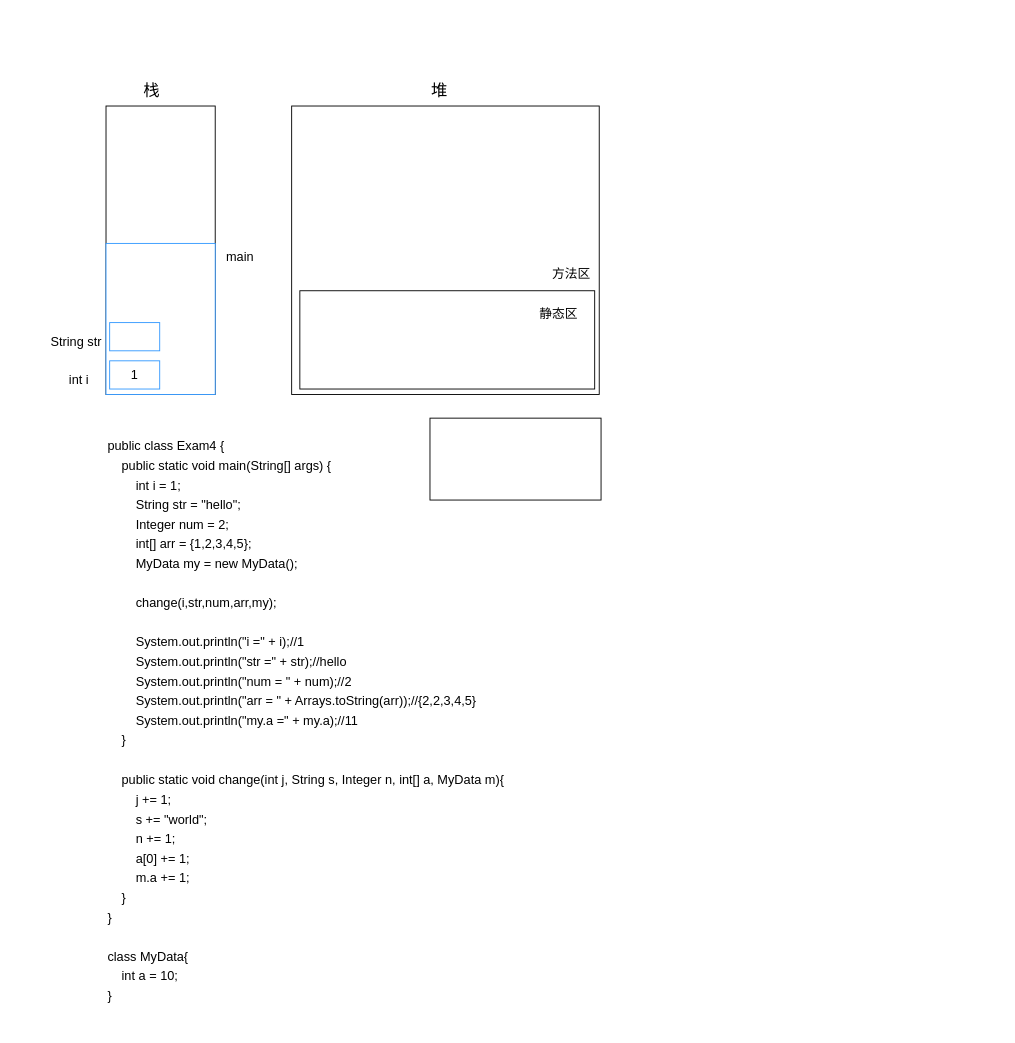
acttq/draw keeps this draw.io diagram as antiguigu/interview/第一季04题-方法的参数传递机制.drawio. Above is the earlier version. Source tidied: cells renumbered, new cells numbered last; positions are measured from the earlier drawing's top-left corner, leaving out a move shared by most shapes. Both pictures are drawn from the tidied source at 91%, with x=0, y=0 at pixel (46, 78).
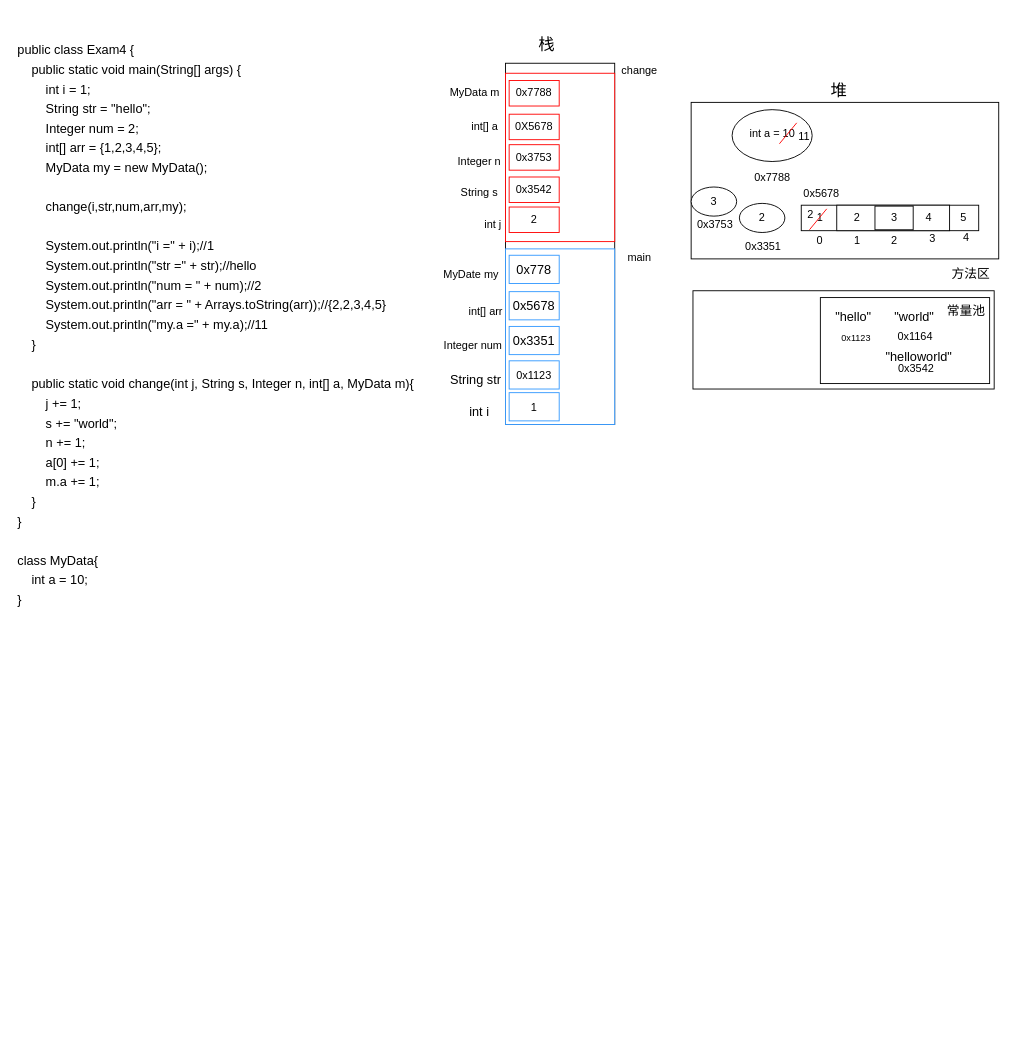
The same page after the edit.

Commit message:
更新第一季04题-方法的参数传递机制.drawio

What changed in the source:
```diff
@@
     <mxCell id="2" style="rounded=0;whiteSpace=wrap;html=1;" parent="1" vertex="1">
-      <mxGeometry x="66" y="30" width="120" height="317" as="geometry" />
+      <mxGeometry x="505" y="-17" width="120" height="397" as="geometry" />
     </mxCell>
     <mxCell id="3" style="rounded=0;whiteSpace=wrap;html=1;" parent="1" vertex="1">
-      <mxGeometry x="270" y="30" width="338" height="317" as="geometry" />
+      <mxGeometry x="709" y="26" width="338" height="172" as="geometry" />
     </mxCell>
     <mxCell id="4" value="&lt;font style=&quot;font-size: 18px&quot; face=&quot;Helvetica&quot;&gt;栈&lt;/font&gt;" style="text;html=1;align=center;verticalAlign=middle;strokeColor=none;fillColor=none;" parent="1" vertex="1">
-      <mxGeometry x="102" y="3" width="28" height="20" as="geometry" />
+      <mxGeometry x="536" y="-47" width="28" height="20" as="geometry" />
     </mxCell>
     <mxCell id="5" value="堆" style="text;html=1;align=center;verticalAlign=middle;strokeColor=none;fillColor=none;fontSize=18;" parent="1" vertex="1">
-      <mxGeometry x="418" width="28" height="26" as="geometry" />
+      <mxGeometry x="857" width="28" height="26" as="geometry" />
     </mxCell>
     <mxCell id="6" value="&lt;div align=&quot;left&quot;&gt;&lt;font style=&quot;font-size: 14px&quot;&gt;public class Exam4 {&lt;br&gt;&amp;nbsp;&amp;nbsp;&amp;nbsp; public static void main(String[] args) {&lt;br&gt;&amp;nbsp;&amp;nbsp;&amp;nbsp;&amp;nbsp;&amp;nbsp;&amp;nbsp;&amp;nbsp; int i = 1;&lt;br&gt;&amp;nbsp;&amp;nbsp;&amp;nbsp;&amp;nbsp;&amp;nbsp;&amp;nbsp;&amp;nbsp; String str = &quot;hello&quot;;&lt;br&gt;&amp;nbsp;&amp;nbsp;&amp;nbsp;&amp;nbsp;&amp;nbsp;&amp;nbsp;&amp;nbsp; Integer num = 2;&lt;br&gt;&amp;nbsp;&amp;nbsp;&amp;nbsp;&amp;nbsp;&amp;nbsp;&amp;nbsp;&amp;nbsp; int[] arr = {1,2,3,4,5};&lt;br&gt;&amp;nbsp;&amp;nbsp;&amp;nbsp;&amp;nbsp;&amp;nbsp;&amp;nbsp;&amp;nbsp; MyData my = new MyData();&lt;br&gt;&lt;br&gt;&amp;nbsp;&amp;nbsp;&amp;nbsp;&amp;nbsp;&amp;nbsp;&amp;nbsp;&amp;nbsp; change(i,str,num,arr,my);&lt;br&gt;&lt;br&gt;&amp;nbsp;&amp;nbsp;&amp;nbsp;&amp;nbsp;&amp;nbsp;&amp;nbsp;&amp;nbsp; System.out.println(&quot;i =&quot; + i);//1&lt;br&gt;&amp;nbsp;&amp;nbsp;&amp;nbsp;&amp;nbsp;&amp;nbsp;&amp;nbsp;&amp;nbsp; System.out.println(&quot;str =&quot; + str);//hello&lt;br&gt;&amp;nbsp;&amp;nbsp;&amp;nbsp;&amp;nbsp;&amp;nbsp;&amp;nbsp;&amp;nbsp; System.out.println(&quot;num = &quot; + num);//2&lt;br&gt;&amp;nbsp;&amp;nbsp;&amp;nbsp;&amp;nbsp;&amp;nbsp;&amp;nbsp;&amp;nbsp; System.out.println(&quot;arr = &quot; + Arrays.toString(arr));//{2,2,3,4,5}&lt;br&gt;&amp;nbsp;&amp;nbsp;&amp;nbsp;&amp;nbsp;&amp;nbsp;&amp;nbsp;&amp;nbsp; System.out.println(&quot;my.a =&quot; + my.a);//11&lt;br&gt;&amp;nbsp;&amp;nbsp;&amp;nbsp; }&lt;br&gt;&lt;br&gt;&amp;nbsp;&amp;nbsp;&amp;nbsp; public static void change(int j, String s, Integer n, int[] a, MyData m){&lt;br&gt;&amp;nbsp;&amp;nbsp;&amp;nbsp;&amp;nbsp;&amp;nbsp;&amp;nbsp;&amp;nbsp; j += 1;&lt;br&gt;&amp;nbsp;&amp;nbsp;&amp;nbsp;&amp;nbsp;&amp;nbsp;&amp;nbsp;&amp;nbsp; s += &quot;world&quot;;&lt;br&gt;&amp;nbsp;&amp;nbsp;&amp;nbsp;&amp;nbsp;&amp;nbsp;&amp;nbsp;&amp;nbsp; n += 1;&lt;br&gt;&amp;nbsp;&amp;nbsp;&amp;nbsp;&amp;nbsp;&amp;nbsp;&amp;nbsp;&amp;nbsp; a[0] += 1;&lt;br&gt;&amp;nbsp;&amp;nbsp;&amp;nbsp;&amp;nbsp;&amp;nbsp;&amp;nbsp;&amp;nbsp; m.a += 1;&lt;br&gt;&amp;nbsp;&amp;nbsp;&amp;nbsp; }&lt;br&gt;}&lt;br&gt;&lt;br&gt;class MyData{&lt;br&gt;&amp;nbsp;&amp;nbsp;&amp;nbsp; int a = 10;&lt;br&gt;}&lt;/font&gt;&lt;/div&gt;" style="text;html=1;align=left;verticalAlign=middle;strokeColor=none;fillColor=none;fontSize=18;fontFamily=Helvetica;" parent="1" vertex="1">
-      <mxGeometry x="66" y="366" width="446" height="677" as="geometry" />
+      <mxGeometry x="-33" y="-69" width="446" height="677" as="geometry" />
     </mxCell>
     <mxCell id="7" style="rounded=0;whiteSpace=wrap;html=1;fontFamily=Helvetica;fontSize=14;strokeColor=#3399FF;" parent="1" vertex="1">
-      <mxGeometry x="66" y="181" width="120" height="166" as="geometry" />
+      <mxGeometry x="505" y="187" width="120" height="193" as="geometry" />
     </mxCell>
-    <mxCell id="8" value="main" style="text;html=1;align=center;verticalAlign=middle;strokeColor=none;fillColor=none;fontSize=14;fontFamily=Helvetica;" parent="1" vertex="1">
-      <mxGeometry x="193" y="185" width="40" height="21" as="geometry" />
+    <mxCell id="8" value="&lt;font style=&quot;font-size: 12px&quot;&gt;main&lt;/font&gt;" style="text;html=1;align=center;verticalAlign=middle;strokeColor=none;fillColor=none;fontSize=14;fontFamily=Helvetica;" parent="1" vertex="1">
+      <mxGeometry x="634" y="185" width="36" height="21" as="geometry" />
     </mxCell>
-    <mxCell id="9" value="1" style="rounded=0;whiteSpace=wrap;html=1;fontFamily=Helvetica;fontSize=14;strokeColor=#3399FF;" parent="1" vertex="1">
-      <mxGeometry x="70" y="310" width="55" height="31" as="geometry" />
+    <mxCell id="9" value="&lt;font style=&quot;font-size: 12px&quot;&gt;1&lt;/font&gt;" style="rounded=0;whiteSpace=wrap;html=1;fontFamily=Helvetica;fontSize=14;strokeColor=#3399FF;" parent="1" vertex="1">
+      <mxGeometry x="509" y="345" width="55" height="31" as="geometry" />
     </mxCell>
     <mxCell id="10" value="int i" style="text;html=1;align=center;verticalAlign=middle;strokeColor=none;fillColor=none;fontSize=14;fontFamily=Helvetica;" parent="1" vertex="1">
-      <mxGeometry x="20" y="320" width="32" height="21" as="geometry" />
+      <mxGeometry x="460" y="355" width="32" height="21" as="geometry" />
     </mxCell>
-    <mxCell id="11" style="rounded=0;whiteSpace=wrap;html=1;fontFamily=Helvetica;fontSize=14;strokeColor=#3399FF;" parent="1" vertex="1">
-      <mxGeometry x="70" y="268" width="55" height="31" as="geometry" />
+    <mxCell id="11" value="&lt;font style=&quot;font-size: 12px&quot;&gt;0x1123&lt;/font&gt;" style="rounded=0;whiteSpace=wrap;html=1;fontFamily=Helvetica;fontSize=14;strokeColor=#3399FF;" parent="1" vertex="1">
+      <mxGeometry x="509" y="310" width="55" height="31" as="geometry" />
     </mxCell>
     <mxCell id="12" value="&lt;div&gt;String str&lt;/div&gt;" style="text;html=1;align=center;verticalAlign=middle;strokeColor=none;fillColor=none;fontSize=14;fontFamily=Helvetica;" parent="1" vertex="1">
-      <mxGeometry y="278" width="66" height="21" as="geometry" />
+      <mxGeometry x="439" y="320" width="66" height="21" as="geometry" />
     </mxCell>
     <mxCell id="13" style="rounded=0;whiteSpace=wrap;html=1;fontFamily=Helvetica;fontSize=14;strokeColor=#000000;" parent="1" vertex="1">
-      <mxGeometry x="279" y="233" width="324" height="108" as="geometry" />
+      <mxGeometry x="711" y="233" width="331" height="108" as="geometry" />
     </mxCell>
     <mxCell id="14" value="方法区" style="text;html=1;align=center;verticalAlign=middle;strokeColor=none;fillColor=none;fontSize=14;fontFamily=Helvetica;" parent="1" vertex="1">
-      <mxGeometry x="551" y="203" width="52" height="21" as="geometry" />
+      <mxGeometry x="990" y="203" width="52" height="21" as="geometry" />
     </mxCell>
+    <mxCell id="17" style="rounded=0;whiteSpace=wrap;html=1;fontFamily=Helvetica;fontSize=14;strokeColor=#000000;" parent="1" vertex="1">
+      <mxGeometry x="851" y="240.5" width="186" height="94.5" as="geometry" />
+    </mxCell>
-    <mxCell id="15" value="静态区" style="text;html=1;align=center;verticalAlign=middle;strokeColor=none;fillColor=none;fontSize=14;fontFamily=Helvetica;" parent="1" vertex="1">
-      <mxGeometry x="537" y="247" width="52" height="21" as="geometry" />
+    <mxCell id="15" value="常量池" style="text;html=1;align=center;verticalAlign=middle;strokeColor=none;fillColor=none;fontSize=14;fontFamily=Helvetica;" parent="1" vertex="1">
+      <mxGeometry x="985" y="244" width="52" height="21" as="geometry" />
     </mxCell>
-    <mxCell id="16" style="rounded=0;whiteSpace=wrap;html=1;fontFamily=Helvetica;fontSize=14;strokeColor=#000000;" parent="1" vertex="1">
-      <mxGeometry x="422" y="373" width="188" height="90" as="geometry" />
-    </mxCell>
+    <mxCell id="18" value="&quot;hello&quot;" style="text;html=1;align=center;verticalAlign=middle;strokeColor=none;fillColor=none;fontSize=14;fontFamily=Helvetica;" parent="1" vertex="1">
+      <mxGeometry x="862" y="251.2" width="50" height="21" as="geometry" />
+    </mxCell>
+    <mxCell id="19" value="&lt;font style=&quot;font-size: 10px&quot;&gt;0x1123&lt;/font&gt;" style="text;html=1;align=center;verticalAlign=middle;strokeColor=none;fillColor=none;fontSize=14;fontFamily=Helvetica;" parent="1" vertex="1">
+      <mxGeometry x="868" y="272.2" width="43" height="23" as="geometry" />
+    </mxCell>
+    <mxCell id="20" value="2" style="ellipse;whiteSpace=wrap;html=1;fontFamily=Helvetica;fontSize=12;strokeColor=#000000;" parent="1" vertex="1">
+      <mxGeometry x="762" y="137" width="50" height="32" as="geometry" />
+    </mxCell>
+    <mxCell id="21" value="0x3351" style="text;html=1;align=center;verticalAlign=middle;strokeColor=none;fillColor=none;fontSize=12;fontFamily=Helvetica;" parent="1" vertex="1">
+      <mxGeometry x="764" y="176" width="48" height="18" as="geometry" />
+    </mxCell>
+    <mxCell id="22" value="0x3351" style="rounded=0;whiteSpace=wrap;html=1;fontFamily=Helvetica;fontSize=14;strokeColor=#3399FF;" parent="1" vertex="1">
+      <mxGeometry x="509" y="272.2" width="55" height="31" as="geometry" />
+    </mxCell>
+    <mxCell id="23" value="Integer num" style="text;html=1;align=center;verticalAlign=middle;strokeColor=none;fillColor=none;fontSize=12;fontFamily=Helvetica;" parent="1" vertex="1">
+      <mxGeometry x="433" y="285.2" width="72" height="18" as="geometry" />
+    </mxCell>
+    <mxCell id="24" style="rounded=0;whiteSpace=wrap;html=1;fontFamily=Helvetica;fontSize=12;strokeColor=#000000;" parent="1" vertex="1">
+      <mxGeometry x="830" y="139" width="195" height="28" as="geometry" />
+    </mxCell>
+    <mxCell id="25" style="rounded=0;whiteSpace=wrap;html=1;fontFamily=Helvetica;fontSize=12;strokeColor=#000000;" parent="1" vertex="1">
+      <mxGeometry x="869" y="139" width="124" height="28" as="geometry" />
+    </mxCell>
+    <mxCell id="26" style="rounded=0;whiteSpace=wrap;html=1;fontFamily=Helvetica;fontSize=12;strokeColor=#000000;" parent="1" vertex="1">
+      <mxGeometry x="911" y="140" width="42" height="26" as="geometry" />
+    </mxCell>
+    <mxCell id="27" value="1&amp;nbsp; " style="text;html=1;align=center;verticalAlign=middle;strokeColor=none;fillColor=none;fontSize=12;fontFamily=Helvetica;" parent="1" vertex="1">
+      <mxGeometry x="842" y="144" width="20" height="18" as="geometry" />
+    </mxCell>
+    <mxCell id="28" value="2" style="text;html=1;align=center;verticalAlign=middle;strokeColor=none;fillColor=none;fontSize=12;fontFamily=Helvetica;" parent="1" vertex="1">
+      <mxGeometry x="883" y="144" width="16" height="18" as="geometry" />
+    </mxCell>
+    <mxCell id="29" value="3" style="text;html=1;align=center;verticalAlign=middle;strokeColor=none;fillColor=none;fontSize=12;fontFamily=Helvetica;" parent="1" vertex="1">
+      <mxGeometry x="924" y="144" width="16" height="18" as="geometry" />
+    </mxCell>
+    <mxCell id="30" value="4" style="text;html=1;align=center;verticalAlign=middle;strokeColor=none;fillColor=none;fontSize=12;fontFamily=Helvetica;" parent="1" vertex="1">
+      <mxGeometry x="962" y="144" width="16" height="18" as="geometry" />
+    </mxCell>
+    <mxCell id="31" value="5" style="text;html=1;align=center;verticalAlign=middle;strokeColor=none;fillColor=none;fontSize=12;fontFamily=Helvetica;" parent="1" vertex="1">
+      <mxGeometry x="1000" y="144" width="16" height="18" as="geometry" />
+    </mxCell>
+    <mxCell id="32" value="0" style="text;html=1;align=center;verticalAlign=middle;strokeColor=none;fillColor=none;fontSize=12;fontFamily=Helvetica;" parent="1" vertex="1">
+      <mxGeometry x="842" y="169" width="16" height="18" as="geometry" />
+    </mxCell>
+    <mxCell id="33" value="1&amp;nbsp; " style="text;html=1;align=center;verticalAlign=middle;strokeColor=none;fillColor=none;fontSize=12;fontFamily=Helvetica;" parent="1" vertex="1">
+      <mxGeometry x="883" y="169" width="20" height="18" as="geometry" />
+    </mxCell>
+    <mxCell id="34" value="2" style="text;html=1;align=center;verticalAlign=middle;strokeColor=none;fillColor=none;fontSize=12;fontFamily=Helvetica;" parent="1" vertex="1">
+      <mxGeometry x="924" y="169" width="16" height="18" as="geometry" />
+    </mxCell>
+    <mxCell id="35" value="3" style="text;html=1;align=center;verticalAlign=middle;strokeColor=none;fillColor=none;fontSize=12;fontFamily=Helvetica;" parent="1" vertex="1">
+      <mxGeometry x="966" y="167" width="16" height="18" as="geometry" />
+    </mxCell>
+    <mxCell id="36" value="4" style="text;html=1;align=center;verticalAlign=middle;strokeColor=none;fillColor=none;fontSize=12;fontFamily=Helvetica;" parent="1" vertex="1">
+      <mxGeometry x="1003" y="166" width="16" height="18" as="geometry" />
+    </mxCell>
+    <mxCell id="37" value="0x5678" style="text;html=1;align=center;verticalAlign=middle;strokeColor=none;fillColor=none;fontSize=12;fontFamily=Helvetica;" parent="1" vertex="1">
+      <mxGeometry x="828" y="118" width="48" height="18" as="geometry" />
+    </mxCell>
+    <mxCell id="38" value="0x5678" style="rounded=0;whiteSpace=wrap;html=1;fontFamily=Helvetica;fontSize=14;strokeColor=#3399FF;" parent="1" vertex="1">
+      <mxGeometry x="509" y="234" width="55" height="31" as="geometry" />
+    </mxCell>
+    <mxCell id="39" value="int[] arr" style="text;html=1;align=center;verticalAlign=middle;strokeColor=none;fillColor=none;fontSize=12;fontFamily=Helvetica;" parent="1" vertex="1">
+      <mxGeometry x="460" y="247" width="46" height="18" as="geometry" />
+    </mxCell>
+    <mxCell id="40" style="ellipse;whiteSpace=wrap;html=1;fontFamily=Helvetica;fontSize=12;strokeColor=#000000;" parent="1" vertex="1">
+      <mxGeometry x="754" y="34" width="88" height="57" as="geometry" />
+    </mxCell>
+    <mxCell id="41" value="0x7788" style="text;html=1;align=center;verticalAlign=middle;strokeColor=none;fillColor=none;fontSize=12;fontFamily=Helvetica;" parent="1" vertex="1">
+      <mxGeometry x="774" y="100" width="48" height="18" as="geometry" />
+    </mxCell>
+    <mxCell id="42" value="int a = 10" style="text;html=1;align=center;verticalAlign=middle;strokeColor=none;fillColor=none;fontSize=12;fontFamily=Helvetica;" parent="1" vertex="1">
+      <mxGeometry x="769" y="51" width="58" height="18" as="geometry" />
+    </mxCell>
+    <mxCell id="43" value="0x778" style="rounded=0;whiteSpace=wrap;html=1;fontFamily=Helvetica;fontSize=14;strokeColor=#3399FF;" parent="1" vertex="1">
+      <mxGeometry x="509" y="194" width="55" height="31" as="geometry" />
+    </mxCell>
+    <mxCell id="44" value="MyDate my" style="text;html=1;align=center;verticalAlign=middle;strokeColor=none;fillColor=none;fontSize=12;fontFamily=Helvetica;" parent="1" vertex="1">
+      <mxGeometry x="433" y="207" width="68" height="18" as="geometry" />
+    </mxCell>
+    <mxCell id="45" style="rounded=0;whiteSpace=wrap;html=1;fontFamily=Helvetica;fontSize=12;strokeColor=#FF0000;" parent="1" vertex="1">
+      <mxGeometry x="505" y="-6" width="120" height="185" as="geometry" />
+    </mxCell>
+    <mxCell id="46" value="change" style="text;html=1;align=center;verticalAlign=middle;strokeColor=none;fillColor=none;fontSize=12;fontFamily=Helvetica;" parent="1" vertex="1">
+      <mxGeometry x="628" y="-18" width="48" height="18" as="geometry" />
+    </mxCell>
+    <mxCell id="47" value="int j" style="text;html=1;align=center;verticalAlign=middle;strokeColor=none;fillColor=none;fontSize=12;fontFamily=Helvetica;" parent="1" vertex="1">
+      <mxGeometry x="477" y="151" width="28" height="18" as="geometry" />
+    </mxCell>
+    <mxCell id="48" value="String s" style="text;html=1;align=center;verticalAlign=middle;strokeColor=none;fillColor=none;fontSize=12;fontFamily=Helvetica;" parent="1" vertex="1">
+      <mxGeometry x="451" y="116" width="50" height="18" as="geometry" />
+    </mxCell>
+    <mxCell id="49" value="2" style="rounded=0;whiteSpace=wrap;html=1;fontFamily=Helvetica;fontSize=12;strokeColor=#FF0000;" parent="1" vertex="1">
+      <mxGeometry x="509" y="141" width="55" height="28" as="geometry" />
+    </mxCell>
+    <mxCell id="50" value="0x3542" style="rounded=0;whiteSpace=wrap;html=1;fontFamily=Helvetica;fontSize=12;strokeColor=#FF0000;" parent="1" vertex="1">
+      <mxGeometry x="509" y="108" width="55" height="28" as="geometry" />
+    </mxCell>
+    <mxCell id="51" value="Integer n" style="text;html=1;align=center;verticalAlign=middle;strokeColor=none;fillColor=none;fontSize=12;fontFamily=Helvetica;" parent="1" vertex="1">
+      <mxGeometry x="448.5" y="82" width="55" height="18" as="geometry" />
+    </mxCell>
+    <mxCell id="52" value="0x3753" style="rounded=0;whiteSpace=wrap;html=1;fontFamily=Helvetica;fontSize=12;strokeColor=#FF0000;" parent="1" vertex="1">
+      <mxGeometry x="509" y="72.5" width="55" height="28" as="geometry" />
+    </mxCell>
+    <mxCell id="53" value="0X5678" style="rounded=0;whiteSpace=wrap;html=1;fontFamily=Helvetica;fontSize=12;strokeColor=#FF0000;" parent="1" vertex="1">
+      <mxGeometry x="509" y="39" width="55" height="28" as="geometry" />
+    </mxCell>
+    <mxCell id="54" value="int[] a" style="text;html=1;align=center;verticalAlign=middle;strokeColor=none;fillColor=none;fontSize=12;fontFamily=Helvetica;" parent="1" vertex="1">
+      <mxGeometry x="463" y="44" width="38" height="18" as="geometry" />
+    </mxCell>
+    <mxCell id="55" value="0x7788" style="rounded=0;whiteSpace=wrap;html=1;fontFamily=Helvetica;fontSize=12;strokeColor=#FF0000;" parent="1" vertex="1">
+      <mxGeometry x="509" y="2" width="55" height="28" as="geometry" />
+    </mxCell>
+    <mxCell id="56" value="MyData m" style="text;html=1;align=center;verticalAlign=middle;strokeColor=none;fillColor=none;fontSize=12;fontFamily=Helvetica;" parent="1" vertex="1">
+      <mxGeometry x="439" y="7" width="63" height="18" as="geometry" />
+    </mxCell>
+    <mxCell id="57" value="&quot;world&quot;" style="text;html=1;align=center;verticalAlign=middle;strokeColor=none;fillColor=none;fontSize=14;fontFamily=Helvetica;" parent="1" vertex="1">
+      <mxGeometry x="927" y="251.2" width="53" height="21" as="geometry" />
+    </mxCell>
+    <mxCell id="58" value="&quot;helloworld&quot;" style="text;html=1;align=center;verticalAlign=middle;strokeColor=none;fillColor=none;fontSize=14;fontFamily=Helvetica;" parent="1" vertex="1">
+      <mxGeometry x="917" y="295.2" width="83" height="21" as="geometry" />
+    </mxCell>
+    <mxCell id="59" value="0x1164" style="text;html=1;align=center;verticalAlign=middle;strokeColor=none;fillColor=none;fontSize=12;fontFamily=Helvetica;" parent="1" vertex="1">
+      <mxGeometry x="931" y="274.5" width="47" height="18" as="geometry" />
+    </mxCell>
+    <mxCell id="60" value="0x3542" style="text;html=1;align=center;verticalAlign=middle;strokeColor=none;fillColor=none;fontSize=12;fontFamily=Helvetica;" parent="1" vertex="1">
+      <mxGeometry x="932" y="310" width="48" height="18" as="geometry" />
+    </mxCell>
+    <mxCell id="61" value="3" style="ellipse;whiteSpace=wrap;html=1;fontFamily=Helvetica;fontSize=12;strokeColor=#000000;" parent="1" vertex="1">
+      <mxGeometry x="709" y="119" width="50" height="32" as="geometry" />
+    </mxCell>
+    <mxCell id="62" value="0x3753" style="text;html=1;align=center;verticalAlign=middle;strokeColor=none;fillColor=none;fontSize=12;fontFamily=Helvetica;" parent="1" vertex="1">
+      <mxGeometry x="711" y="151" width="48" height="18" as="geometry" />
+    </mxCell>
+    <mxCell id="63" style="endArrow=none;html=1;rounded=0;fontFamily=Helvetica;fontSize=12;strokeColor=#FF0000;" parent="1" edge="1">
+      <mxGeometry relative="1" as="geometry">
+        <mxPoint x="839" y="166" as="sourcePoint" />
+        <mxPoint x="858" y="143" as="targetPoint" />
+      </mxGeometry>
+    </mxCell>
+    <mxCell id="64" value="2" style="text;html=1;align=center;verticalAlign=middle;strokeColor=none;fillColor=none;fontSize=12;fontFamily=Helvetica;" parent="1" vertex="1">
+      <mxGeometry x="832" y="141" width="16" height="18" as="geometry" />
+    </mxCell>
+    <mxCell id="65" style="endArrow=none;html=1;rounded=0;fontFamily=Helvetica;fontSize=12;strokeColor=#FF0000;" parent="1" edge="1">
+      <mxGeometry relative="1" as="geometry">
+        <mxPoint x="806" y="71.5" as="sourcePoint" />
+        <mxPoint x="825" y="48.5" as="targetPoint" />
+      </mxGeometry>
+    </mxCell>
+    <mxCell id="66" value="11" style="text;html=1;align=center;verticalAlign=middle;strokeColor=none;fillColor=none;fontSize=12;fontFamily=Helvetica;" parent="1" vertex="1">
+      <mxGeometry x="822" y="54.5" width="22" height="18" as="geometry" />
+    </mxCell>
```
